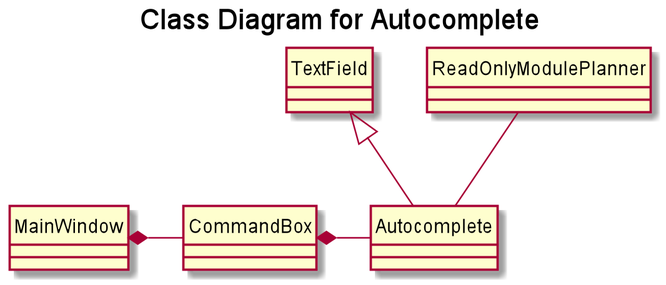
Before: docs/images/AutocompleteClassDiagram.png, a diagram exported from PlantUML (nus-cs2103-AY1920S1/addressbook-level3). Source of this version:
```plantuml
@startuml
hide circle
title Class Diagram for Autocomplete
class MainWindow
class CommandBox
class Autocomplete
class TextField
class ReadOnlyModulePlanner

TextField <|-- Autocomplete
CommandBox *- Autocomplete
MainWindow *- CommandBox
ReadOnlyModulePlanner -- Autocomplete

@enduml
```
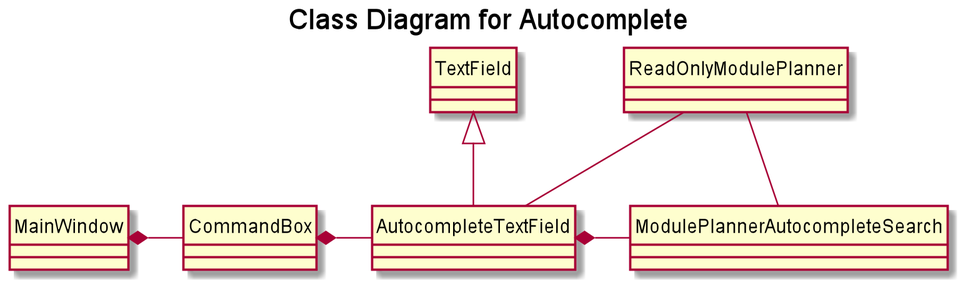
Above is the later version.

Change to the diagram source:
```diff
@@ -3,13 +3,16 @@
 title Class Diagram for Autocomplete
 class MainWindow
 class CommandBox
-class Autocomplete
+class AutocompleteTextField
+class ModulePlannerAutocompleteSearch
 class TextField
 class ReadOnlyModulePlanner
 
-TextField <|-- Autocomplete
-CommandBox *- Autocomplete
+TextField <|-- AutocompleteTextField
+CommandBox *- AutocompleteTextField
 MainWindow *- CommandBox
-ReadOnlyModulePlanner -- Autocomplete
+AutocompleteTextField *- ModulePlannerAutocompleteSearch
+ReadOnlyModulePlanner -- AutocompleteTextField
+ReadOnlyModulePlanner -- ModulePlannerAutocompleteSearch
 
 @enduml
```
